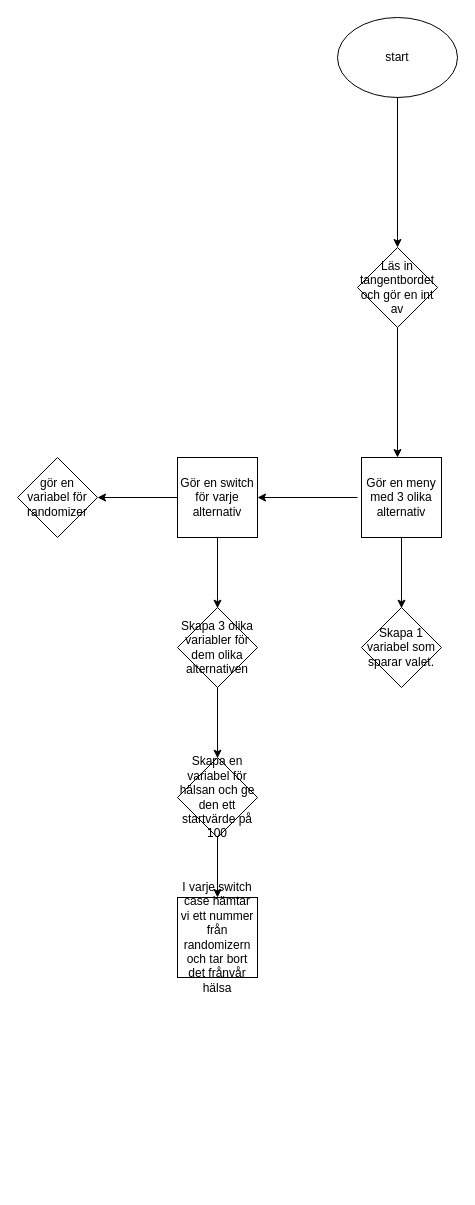
Above: Namnlöst diagram.drawio in alexandervincent1/lekspel (draw.io), before the change. Source tidied: cells renumbered, new cells numbered last; positions are measured from the earlier drawing's top-left corner, leaving out a move shared by most shapes. Both pictures are drawn from the tidied source at 100%, with x=0, y=0 at pixel (17, 17).
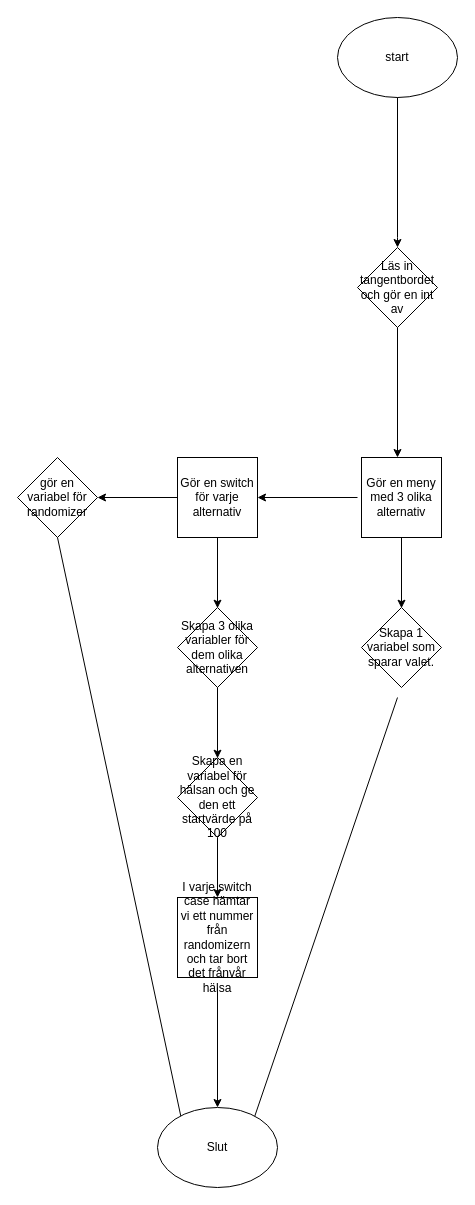
The same page after the edit.

Diff of the diagram source:
```diff
@@
+    <mxCell id="19" style="endArrow=classic;html=1;rounded=0;" parent="1" edge="1">
+      <mxGeometry relative="1" as="geometry">
+        <mxPoint x="380" y="680" as="sourcePoint" />
+        <mxPoint x="230" y="1120" as="targetPoint" />
+      </mxGeometry>
+    </mxCell>
+    <mxCell id="20" style="endArrow=classic;html=1;rounded=0;" parent="1" edge="1">
+      <mxGeometry relative="1" as="geometry">
+        <mxPoint x="40" y="520" as="sourcePoint" />
+        <mxPoint x="170" y="1130" as="targetPoint" />
+      </mxGeometry>
+    </mxCell>
+    <mxCell id="21" style="endArrow=classic;html=1;rounded=0;" parent="1" edge="1" target="22">
+      <mxGeometry relative="1" as="geometry">
+        <mxPoint x="200" y="970" as="sourcePoint" />
+      </mxGeometry>
+    </mxCell>
+    <mxCell id="22" value="Slut" style="ellipse;whiteSpace=wrap;html=1;" parent="1" vertex="1">
+      <mxGeometry x="140" y="1090" width="120" height="80" as="geometry" />
+    </mxCell>
```
